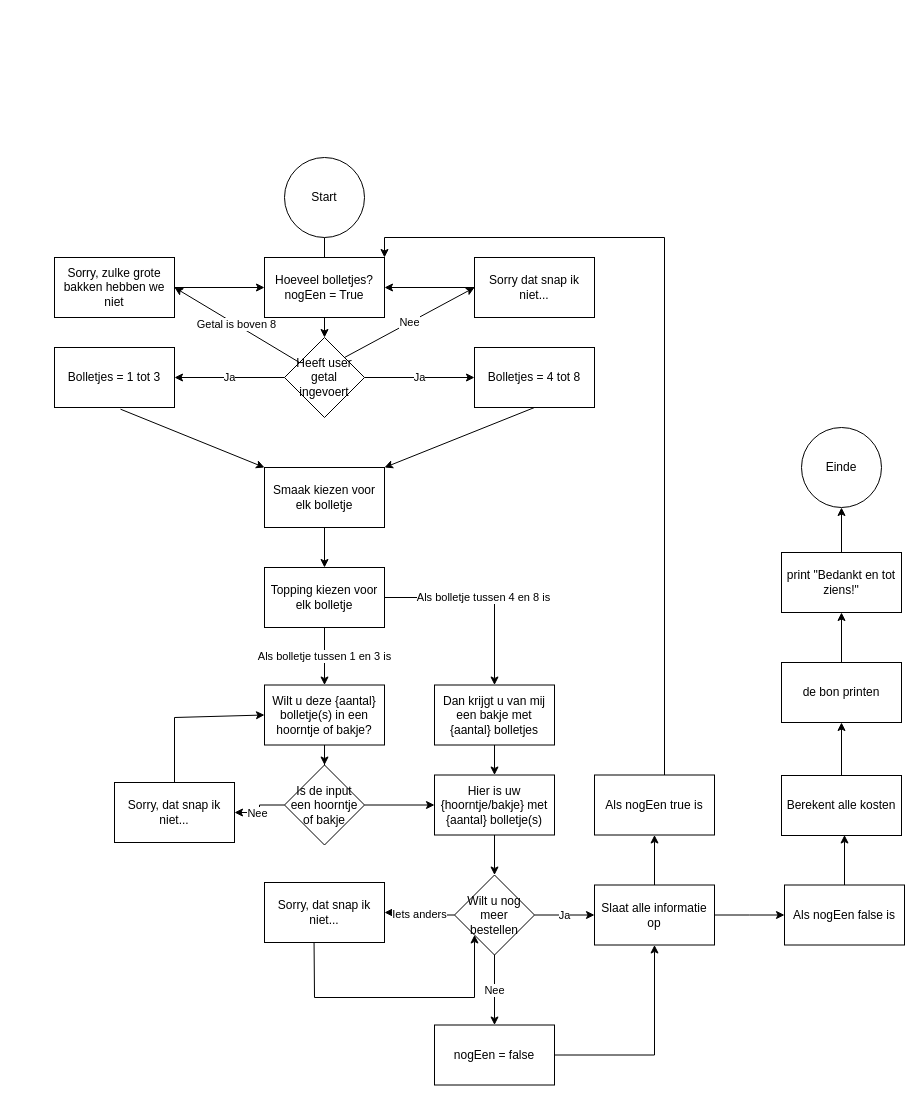
Before: module_05-meer_fun(ctions)/proef_a-een_dry_ijssalon/ijssalon.drawio in KevinXu04/leren-programmeren, a draw.io diagram. Source tidied: cells renumbered, new cells numbered last; positions are measured from the earlier drawing's top-left corner, leaving out a move shared by most shapes. Both pictures are drawn from the tidied source at 100%, with x=0, y=0 at pixel (54, 157).
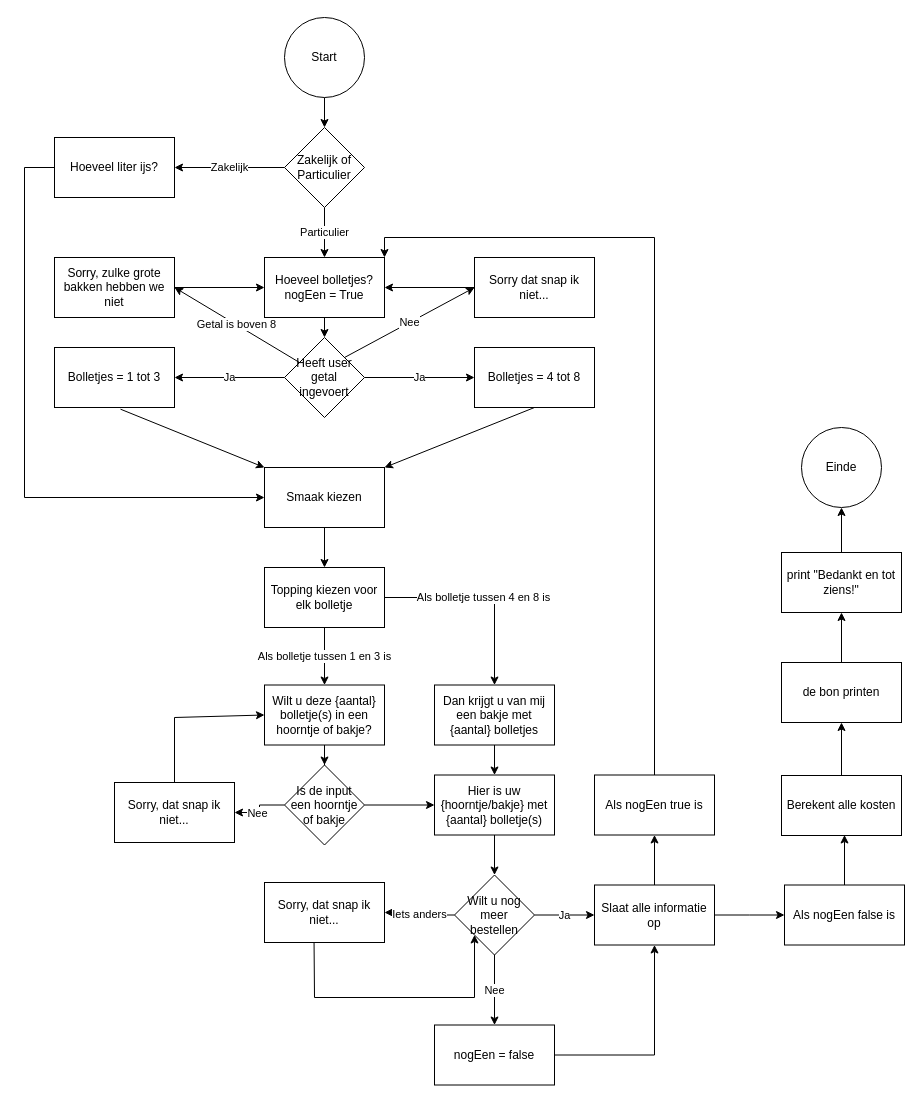
The same page after the edit.

Commit message (it also covers changes not shown here):
M5ProefA | Een DRY ijssalon | De zakelijke markt bedienen

Unchanged cells that the change refers to:
```xml
<mxCell id="4" value="Hoeveel bolletjes?&lt;br&gt;nogEen = True" style="whiteSpace=wrap;html=1;" parent="1" vertex="1">
  <mxGeometry x="210" y="100" width="120" height="60" as="geometry" />
</mxCell>
<mxCell id="45" value="Als nogEen true is" style="whiteSpace=wrap;html=1;" parent="1" vertex="1">
  <mxGeometry x="540" y="617.5" width="120" height="60" as="geometry" />
</mxCell>
```

What changed in the source:
```diff
@@
-    <mxCell id="2" style="edgeStyle=orthogonalEdgeStyle;rounded=0;jettySize=auto;html=1;" parent="1" edge="1" source="3">
-      <mxGeometry relative="1" as="geometry">
-        <mxPoint x="270" y="120" as="targetPoint" />
-      </mxGeometry>
-    </mxCell>
+    <mxCell id="58" style="edgeStyle=orthogonalEdgeStyle;rounded=0;jettySize=auto;html=1;exitX=0.5;exitY=1;exitDx=0;exitDy=0;" parent="1" edge="1" source="3" target="61">
+      <mxGeometry relative="1" as="geometry" />
+    </mxCell>
     <mxCell id="3" value="Start" style="ellipse;whiteSpace=wrap;html=1;" parent="1" vertex="1">
-      <mxGeometry x="230" width="80" height="80" as="geometry" />
+      <mxGeometry x="230" y="-140" width="80" height="80" as="geometry" />
     </mxCell>
@@
     <mxCell id="44" style="edgeStyle=orthogonalEdgeStyle;rounded=0;jettySize=auto;html=1;entryX=1;entryY=0;entryDx=0;entryDy=0;" parent="1" edge="1" source="45" target="4">
       <mxGeometry relative="1" as="geometry">
         <Array as="points">
-          <mxPoint x="610" y="80" />
+          <mxPoint x="600" y="80" />
           <mxPoint x="330" y="80" />
         </Array>
       </mxGeometry>
     </mxCell>
@@
-    <mxCell id="48" value="Smaak kiezen voor elk bolletje" style="whiteSpace=wrap;html=1;" parent="1" vertex="1">
+    <mxCell id="48" value="Smaak kiezen" style="whiteSpace=wrap;html=1;" parent="1" vertex="1">
       <mxGeometry x="210" y="310" width="120" height="60" as="geometry" />
     </mxCell>
@@
+    <mxCell id="59" value="Zakelijk" style="edgeStyle=orthogonalEdgeStyle;rounded=0;jettySize=auto;html=1;" parent="1" edge="1" source="61" target="63">
+      <mxGeometry relative="1" as="geometry" />
+    </mxCell>
+    <mxCell id="60" value="Particulier" style="edgeStyle=orthogonalEdgeStyle;rounded=0;jettySize=auto;html=1;" parent="1" edge="1" source="61" target="4">
+      <mxGeometry relative="1" as="geometry" />
+    </mxCell>
+    <mxCell id="61" value="Zakelijk of Particulier" style="rhombus;whiteSpace=wrap;html=1;" parent="1" vertex="1">
+      <mxGeometry x="230" y="-30" width="80" height="80" as="geometry" />
+    </mxCell>
+    <mxCell id="62" style="edgeStyle=orthogonalEdgeStyle;rounded=0;jettySize=auto;html=1;entryX=0;entryY=0.5;entryDx=0;entryDy=0;" parent="1" edge="1" source="63" target="48">
+      <mxGeometry relative="1" as="geometry">
+        <Array as="points">
+          <mxPoint x="-30" y="10" />
+          <mxPoint x="-30" y="340" />
+        </Array>
+      </mxGeometry>
+    </mxCell>
+    <mxCell id="63" value="Hoeveel liter ijs?" style="whiteSpace=wrap;html=1;" parent="1" vertex="1">
+      <mxGeometry y="-20" width="120" height="60" as="geometry" />
+    </mxCell>
```
